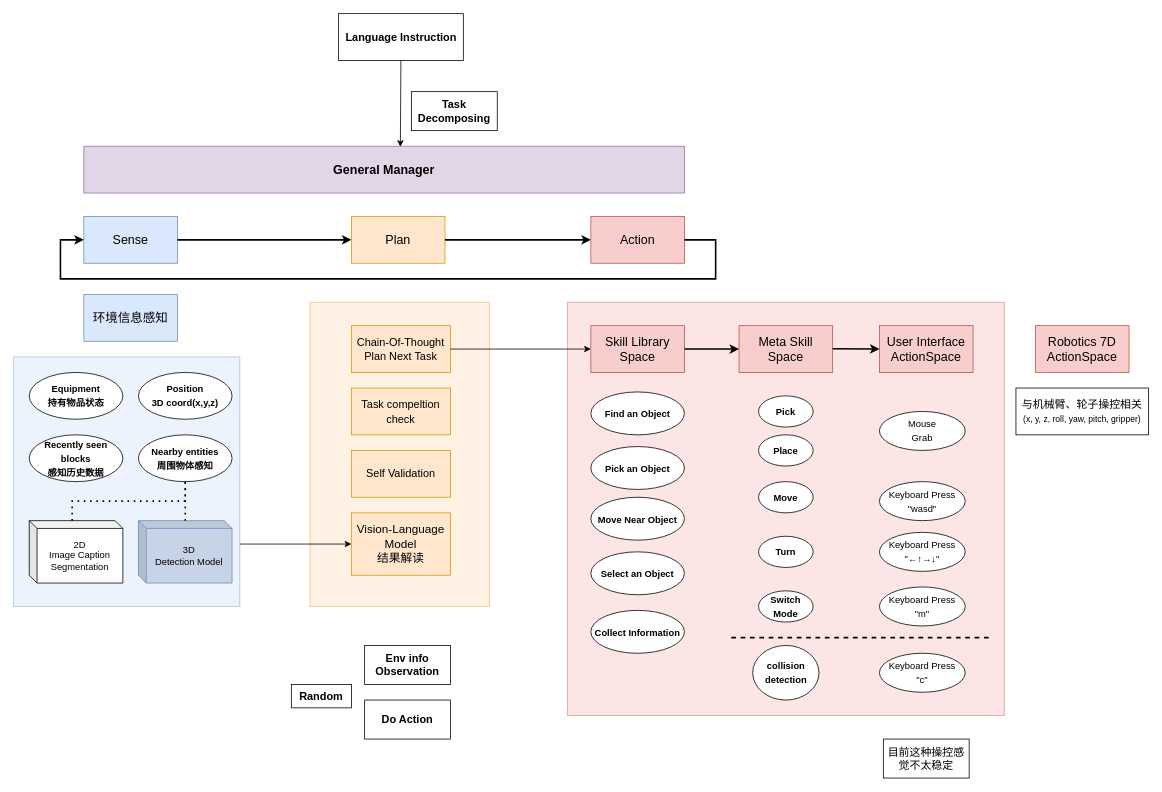
cpfy/drawio keeps this draw.io diagram as assets/SPA-frame.drawio. Above is the earlier version. Source tidied: cells renumbered, new cells numbered last; positions are measured from the earlier drawing's top-left corner, leaving out a move shared by most shapes. Both pictures are drawn from the tidied source at 78%, with x=0, y=0 at pixel (13, 13).
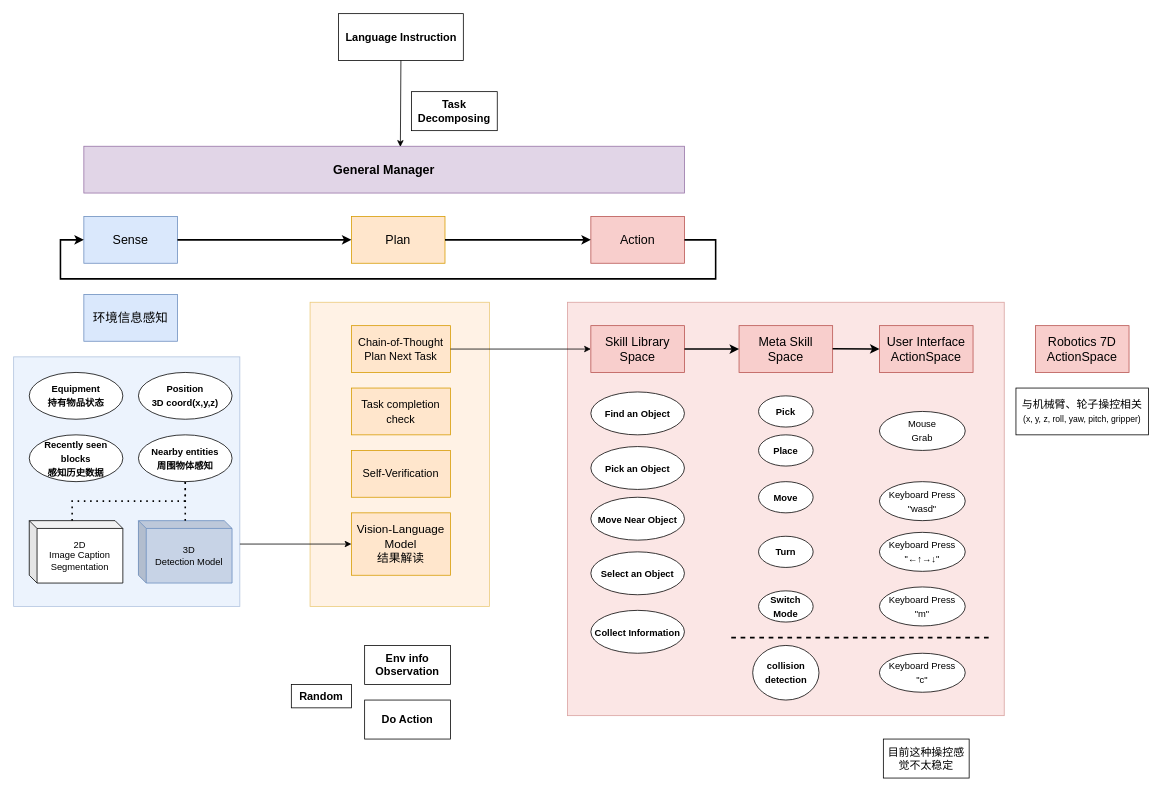
The same diagram, later.

Change to the diagram source:
```diff
@@
-    <mxCell id="24" value="&lt;p style=&quot;line-height: 150%;&quot;&gt;&lt;font style=&quot;font-size: 14px;&quot;&gt;Task compeltion check&lt;/font&gt;&lt;/p&gt;" style="rounded=0;whiteSpace=wrap;html=1;fillColor=#ffe6cc;strokeColor=#d79b00;" parent="1" vertex="1">
+    <mxCell id="24" value="&lt;p style=&quot;line-height: 150%;&quot;&gt;&lt;font style=&quot;font-size: 14px;&quot;&gt;Task completion check&lt;/font&gt;&lt;/p&gt;" style="rounded=0;whiteSpace=wrap;html=1;fillColor=#ffe6cc;strokeColor=#d79b00;" parent="1" vertex="1">
       <mxGeometry x="433" y="480" width="127" height="60" as="geometry" />
     </mxCell>
@@
-    <mxCell id="47" value="&lt;font style=&quot;font-size: 14px;&quot;&gt;Self Validation&lt;/font&gt;" style="rounded=0;whiteSpace=wrap;html=1;fillColor=#ffe6cc;strokeColor=#d79b00;" parent="1" vertex="1">
+    <mxCell id="47" value="&lt;font style=&quot;font-size: 14px;&quot;&gt;Self-Verification&lt;/font&gt;" style="rounded=0;whiteSpace=wrap;html=1;fillColor=#ffe6cc;strokeColor=#d79b00;" parent="1" vertex="1">
       <mxGeometry x="433" y="560" width="127" height="60" as="geometry" />
     </mxCell>
-    <mxCell id="48" value="&lt;p style=&quot;line-height: 150%;&quot;&gt;&lt;font style=&quot;font-size: 14px;&quot;&gt;Chain-Of-Thought&lt;br&gt;Plan Next Task&lt;br&gt;&lt;/font&gt;&lt;/p&gt;" style="rounded=0;whiteSpace=wrap;html=1;fillColor=#ffe6cc;strokeColor=#d79b00;" parent="1" vertex="1">
+    <mxCell id="48" value="&lt;p style=&quot;line-height: 150%;&quot;&gt;&lt;font style=&quot;font-size: 14px;&quot;&gt;Chain-of-Thought&lt;br&gt;Plan Next Task&lt;br&gt;&lt;/font&gt;&lt;/p&gt;" style="rounded=0;whiteSpace=wrap;html=1;fillColor=#ffe6cc;strokeColor=#d79b00;" parent="1" vertex="1">
       <mxGeometry x="433" y="400" width="127" height="60" as="geometry" />
     </mxCell>
```
